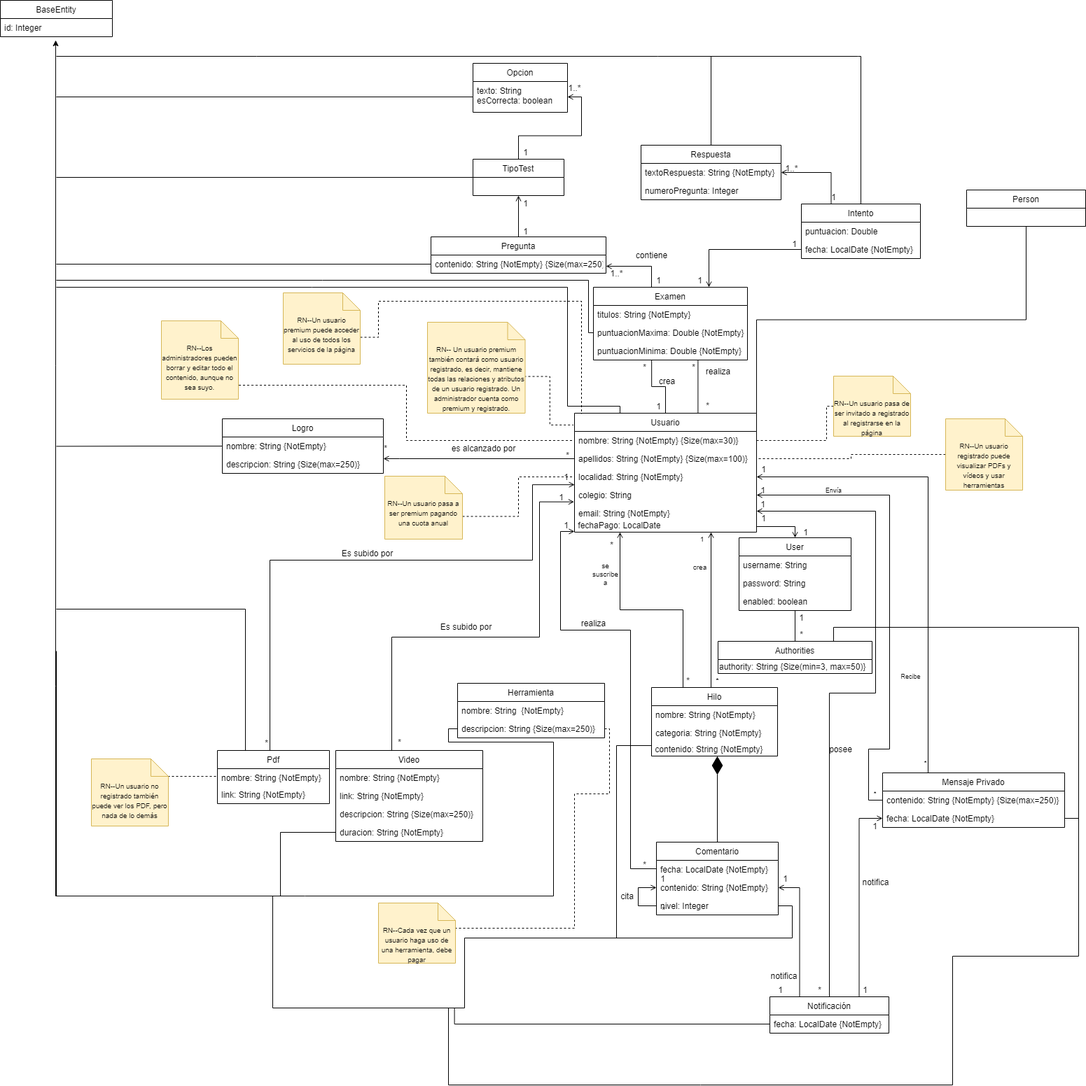
The draw.io diagram Diagrama de dominio.png in gii-is-DP1/dp1-2020-g2-13, before a commit. Source tidied: cells renumbered, new cells last; positions are measured from the earlier drawing's top-left corner, leaving out a move shared by most shapes.
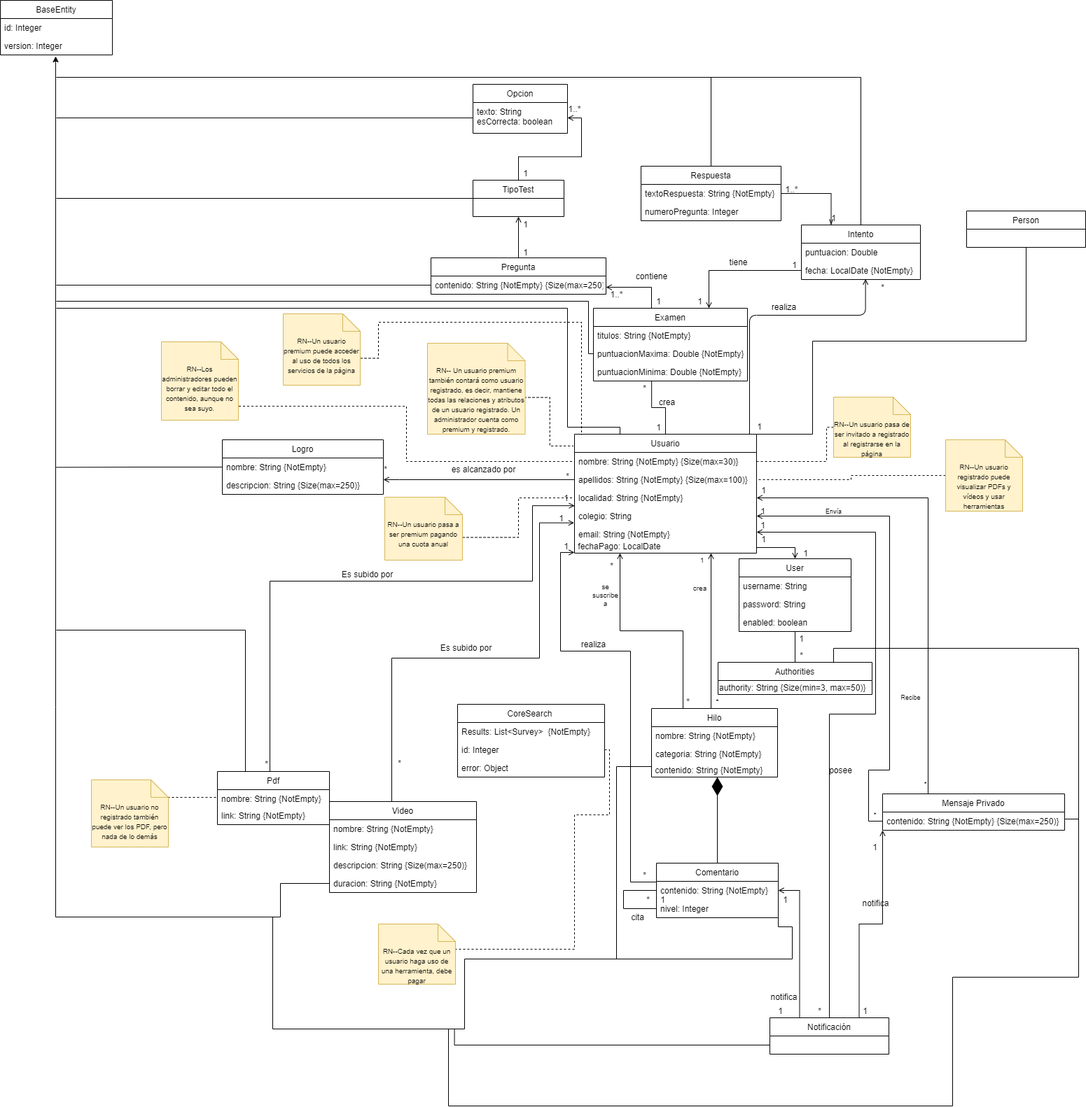
The same file after the commit.

Commit message:
Diagrama dominio actualizado

What changed in the source:
```diff
@@ -2,14 +2,6 @@
   <root>
     <mxCell id="0" />
     <mxCell id="1" parent="0" />
-    <mxCell id="2" style="edgeStyle=orthogonalEdgeStyle;rounded=0;jettySize=auto;html=1;entryX=0.679;entryY=1.011;entryDx=0;entryDy=0;entryPerimeter=0;endArrow=none;endFill=0;" parent="1" edge="1" source="6" target="40">
-      <mxGeometry relative="1" as="geometry">
-        <Array as="points">
-          <mxPoint x="942" y="590" />
-          <mxPoint x="942" y="590" />
-        </Array>
-      </mxGeometry>
-    </mxCell>
     <mxCell id="3" style="edgeStyle=orthogonalEdgeStyle;rounded=0;jettySize=auto;html=1;entryX=0.378;entryY=0.995;entryDx=0;entryDy=0;entryPerimeter=0;endArrow=none;endFill=0;" parent="1" edge="1" source="6" target="40">
       <mxGeometry relative="1" as="geometry" />
     </mxCell>
@@ -25,7 +17,13 @@
       </mxGeometry>
     </mxCell>
     <mxCell id="5" style="edgeStyle=orthogonalEdgeStyle;rounded=0;jettySize=auto;html=1;exitX=1;exitY=0;exitDx=0;exitDy=0;entryX=0.5;entryY=1;entryDx=0;entryDy=0;startArrow=none;startFill=0;endArrow=none;endFill=0;strokeColor=#000000;" parent="1" edge="1" source="6" target="171">
-      <mxGeometry relative="1" as="geometry" />
+      <mxGeometry relative="1" as="geometry">
+        <Array as="points">
+          <mxPoint x="1160" y="590" />
+          <mxPoint x="1160" y="457" />
+          <mxPoint x="1465" y="457" />
+        </Array>
+      </mxGeometry>
     </mxCell>
     <mxCell id="6" value="Usuario" style="swimlane;fontStyle=0;horizontal=1;startSize=26;fillColor=none;" parent="1" vertex="1">
       <mxGeometry x="820" y="590" width="260" height="170" as="geometry" />
@@ -76,7 +74,7 @@
       </mxGeometry>
     </mxCell>
     <mxCell id="18" value="Video" style="swimlane;fontStyle=0;horizontal=1;startSize=26;fillColor=none;" parent="1" vertex="1">
-      <mxGeometry x="479" y="1072" width="210" height="130" as="geometry" />
+      <mxGeometry x="470" y="1115" width="210" height="130" as="geometry" />
     </mxCell>
     <mxCell id="19" value="nombre: String {NotEmpty}" style="text;strokeColor=none;fillColor=none;align=left;verticalAlign=top;spacingLeft=4;spacingRight=4;overflow=hidden;" parent="18" vertex="1">
       <mxGeometry y="26" width="210" height="26" as="geometry" />
@@ -127,24 +125,21 @@
       <mxGeometry y="78" width="180" height="20" as="geometry" />
     </mxCell>
     <mxCell id="32" value="Comentario" style="swimlane;fontStyle=0;horizontal=1;startSize=26;fillColor=none;" parent="1" vertex="1">
-      <mxGeometry x="937" y="1203" width="174" height="104" as="geometry" />
+      <mxGeometry x="937" y="1203" width="174" height="78" as="geometry" />
     </mxCell>
-    <mxCell id="33" value="fecha: LocalDate {NotEmpty}" style="text;strokeColor=none;fillColor=none;align=left;verticalAlign=top;spacingLeft=4;spacingRight=4;overflow=hidden;points=[[0,0.5],[1,0.5]];portConstraint=eastwest;" parent="32" vertex="1">
-      <mxGeometry y="26" width="174" height="26" as="geometry" />
-    </mxCell>
-    <mxCell id="34" style="edgeStyle=orthogonalEdgeStyle;rounded=0;jettySize=auto;html=1;exitX=0;exitY=0.5;exitDx=0;exitDy=0;entryX=0;entryY=0.5;entryDx=0;entryDy=0;startArrow=open;startFill=0;endArrow=none;endFill=0;" parent="32" edge="1" source="35" target="36">
+    <mxCell id="34" style="edgeStyle=orthogonalEdgeStyle;rounded=0;jettySize=auto;html=1;exitX=0;exitY=0.5;exitDx=0;exitDy=0;entryX=0;entryY=0.5;entryDx=0;entryDy=0;startArrow=none;startFill=0;endArrow=none;endFill=0;" parent="32" edge="1" source="35" target="36">
       <mxGeometry relative="1" as="geometry">
         <Array as="points">
-          <mxPoint x="-26" y="65" />
-          <mxPoint x="-26" y="91" />
+          <mxPoint x="-47" y="39" />
+          <mxPoint x="-47" y="65" />
         </Array>
       </mxGeometry>
     </mxCell>
     <mxCell id="35" value="contenido: String {NotEmpty}" style="text;strokeColor=none;fillColor=none;align=left;verticalAlign=top;spacingLeft=4;spacingRight=4;overflow=hidden;points=[[0,0.5],[1,0.5]];portConstraint=eastwest;" parent="32" vertex="1">
-      <mxGeometry y="52" width="174" height="26" as="geometry" />
+      <mxGeometry y="26" width="174" height="26" as="geometry" />
     </mxCell>
     <mxCell id="36" value="nivel: Integer" style="text;strokeColor=none;fillColor=none;align=left;verticalAlign=top;spacingLeft=4;spacingRight=4;overflow=hidden;points=[[0,0.5],[1,0.5]];portConstraint=eastwest;" parent="32" vertex="1">
-      <mxGeometry y="78" width="174" height="26" as="geometry" />
+      <mxGeometry y="52" width="174" height="26" as="geometry" />
     </mxCell>
     <mxCell id="37" value="Examen" style="swimlane;fontStyle=0;horizontal=1;startSize=26;fillColor=none;" parent="1" vertex="1">
       <mxGeometry x="847" y="410" width="220" height="104" as="geometry" />
@@ -158,21 +153,12 @@
     <mxCell id="40" value="puntuacionMinima: Double {NotEmpty}" style="text;strokeColor=none;fillColor=none;align=left;verticalAlign=top;spacingLeft=4;spacingRight=4;overflow=hidden;points=[[0,0.5],[1,0.5]];portConstraint=eastwest;" parent="37" vertex="1">
       <mxGeometry y="78" width="220" height="26" as="geometry" />
     </mxCell>
-    <mxCell id="41" value="realiza" style="text;html=1;align=center;verticalAlign=middle;" parent="1" vertex="1">
-      <mxGeometry x="1000" y="520" width="50" height="20" as="geometry" />
-    </mxCell>
     <mxCell id="42" value="crea" style="text;html=1;align=center;verticalAlign=middle;" parent="1" vertex="1">
       <mxGeometry x="932" y="534" width="40" height="20" as="geometry" />
     </mxCell>
     <mxCell id="43" value="*" style="text;html=1;align=center;verticalAlign=middle;" parent="1" vertex="1">
       <mxGeometry x="910" y="514" width="20" height="20" as="geometry" />
     </mxCell>
-    <mxCell id="44" value="*" style="text;html=1;align=center;verticalAlign=middle;" parent="1" vertex="1">
-      <mxGeometry x="980" y="514" width="20" height="20" as="geometry" />
-    </mxCell>
-    <mxCell id="45" value="*" style="text;html=1;align=center;verticalAlign=middle;" parent="1" vertex="1">
-      <mxGeometry x="1000" y="569" width="20" height="20" as="geometry" />
-    </mxCell>
     <mxCell id="46" style="edgeStyle=orthogonalEdgeStyle;rounded=0;jettySize=auto;html=1;exitX=0.5;exitY=0;exitDx=0;exitDy=0;startArrow=none;startFill=0;endArrow=none;endFill=0;strokeColor=#000000;" parent="1" edge="1" source="48">
       <mxGeometry relative="1" as="geometry">
         <mxPoint x="80" y="80" as="targetPoint" />
@@ -182,7 +168,7 @@
         </Array>
       </mxGeometry>
     </mxCell>
-    <mxCell id="47" style="edgeStyle=orthogonalEdgeStyle;rounded=0;jettySize=auto;html=1;exitX=0.25;exitY=0;exitDx=0;exitDy=0;entryX=1;entryY=0.5;entryDx=0;entryDy=0;startArrow=none;startFill=0;endArrow=open;endFill=0;strokeColor=#000000;" parent="1" edge="1" source="48" target="164">
+    <mxCell id="47" style="edgeStyle=orthogonalEdgeStyle;rounded=0;jettySize=auto;html=1;exitX=0.25;exitY=0;exitDx=0;exitDy=0;entryX=1;entryY=0.5;entryDx=0;entryDy=0;startArrow=openThin;startFill=0;endArrow=none;endFill=0;strokeColor=#000000;" parent="1" edge="1" source="48" target="164">
       <mxGeometry relative="1" as="geometry" />
     </mxCell>
     <mxCell id="48" value="Intento" style="swimlane;fontStyle=0;horizontal=1;startSize=26;fillColor=none;" parent="1" vertex="1">
@@ -232,27 +218,18 @@
     <mxCell id="58" value="authority: String {Size(min=3, max=50)}" style="text;html=1;strokeColor=none;fillColor=none;align=left;verticalAlign=middle;whiteSpace=wrap;rounded=0;" parent="57" vertex="1">
       <mxGeometry y="26" width="220" height="20" as="geometry" />
     </mxCell>
-    <mxCell id="59" style="edgeStyle=orthogonalEdgeStyle;rounded=0;jettySize=auto;html=1;exitX=0;exitY=0.5;exitDx=0;exitDy=0;startArrow=none;startFill=0;endArrow=none;endFill=0;strokeColor=#000000;" parent="1" edge="1" source="62">
-      <mxGeometry relative="1" as="geometry">
-        <mxPoint x="80" y="930" as="targetPoint" />
-        <Array as="points">
-          <mxPoint x="640" y="1041" />
-          <mxPoint x="640" y="1060" />
-          <mxPoint x="790" y="1060" />
-          <mxPoint x="790" y="1280" />
-          <mxPoint x="80" y="1280" />
-        </Array>
-      </mxGeometry>
-    </mxCell>
-    <mxCell id="60" value="Herramienta" style="swimlane;fontStyle=0;horizontal=1;startSize=26;fillColor=none;" parent="1" vertex="1">
-      <mxGeometry x="653" y="976" width="210" height="78" as="geometry" />
+    <mxCell id="60" value="CoreSearch " style="swimlane;fontStyle=0;horizontal=1;startSize=26;fillColor=none;" parent="1" vertex="1">
+      <mxGeometry x="653" y="976" width="210" height="104" as="geometry" />
     </mxCell>
-    <mxCell id="61" value="nombre: String  {NotEmpty}" style="text;strokeColor=none;fillColor=none;align=left;verticalAlign=top;spacingLeft=4;spacingRight=4;overflow=hidden;" parent="60" vertex="1">
+    <mxCell id="61" value="Results: List&lt;Survey&gt;  {NotEmpty}" style="text;strokeColor=none;fillColor=none;align=left;verticalAlign=top;spacingLeft=4;spacingRight=4;overflow=hidden;" parent="60" vertex="1">
       <mxGeometry y="26" width="210" height="26" as="geometry" />
     </mxCell>
-    <mxCell id="62" value="descripcion: String {Size(max=250)}" style="text;strokeColor=none;fillColor=none;align=left;verticalAlign=top;spacingLeft=4;spacingRight=4;overflow=hidden;points=[[0,0.5],[1,0.5]];portConstraint=eastwest;" parent="60" vertex="1">
+    <mxCell id="62" value="id: Integer" style="text;strokeColor=none;fillColor=none;align=left;verticalAlign=top;spacingLeft=4;spacingRight=4;overflow=hidden;points=[[0,0.5],[1,0.5]];portConstraint=eastwest;" parent="60" vertex="1">
       <mxGeometry y="52" width="210" height="26" as="geometry" />
     </mxCell>
+    <mxCell id="172" value="error: Object" style="text;strokeColor=none;fillColor=none;align=left;verticalAlign=top;spacingLeft=4;spacingRight=4;overflow=hidden;" parent="60" vertex="1">
+      <mxGeometry y="78" width="210" height="26" as="geometry" />
+    </mxCell>
     <mxCell id="63" value="*" style="text;html=1;align=center;verticalAlign=middle;" parent="1" vertex="1">
       <mxGeometry x="863" y="768" width="20" height="20" as="geometry" />
     </mxCell>
@@ -284,14 +261,11 @@
       <mxGeometry x="930" y="570" width="20" height="20" as="geometry" />
     </mxCell>
     <mxCell id="73" value="Mensaje Privado" style="swimlane;fontStyle=0;horizontal=1;startSize=26;fillColor=none;" parent="1" vertex="1">
-      <mxGeometry x="1260" y="1104" width="260" height="78" as="geometry" />
+      <mxGeometry x="1260" y="1104" width="260" height="52" as="geometry" />
     </mxCell>
     <mxCell id="74" value="contenido: String {NotEmpty} {Size(max=250)}" style="text;strokeColor=none;fillColor=none;align=left;verticalAlign=top;spacingLeft=4;spacingRight=4;overflow=hidden;points=[[0,0.5],[1,0.5]];portConstraint=eastwest;" parent="73" vertex="1">
       <mxGeometry y="26" width="260" height="26" as="geometry" />
     </mxCell>
-    <mxCell id="75" value="fecha: LocalDate {NotEmpty}" style="text;strokeColor=none;fillColor=none;align=left;verticalAlign=top;spacingLeft=4;spacingRight=4;overflow=hidden;points=[[0,0.5],[1,0.5]];portConstraint=eastwest;" parent="73" vertex="1">
-      <mxGeometry y="52" width="260" height="26" as="geometry" />
-    </mxCell>
     <mxCell id="76" value="Envía" style="text;html=1;align=center;verticalAlign=middle;fontSize=9;" parent="1" vertex="1">
       <mxGeometry x="1170" y="690" width="40" height="20" as="geometry" />
     </mxCell>
@@ -327,10 +301,10 @@
       <mxGeometry x="936" y="1245" width="20" height="20" as="geometry" />
     </mxCell>
     <mxCell id="85" value="*" style="text;html=1;align=center;verticalAlign=middle;" parent="1" vertex="1">
-      <mxGeometry x="937" y="1290" width="20" height="20" as="geometry" />
+      <mxGeometry x="915" y="1245" width="20" height="20" as="geometry" />
     </mxCell>
     <mxCell id="86" value="cita" style="text;html=1;align=center;verticalAlign=middle;" parent="1" vertex="1">
-      <mxGeometry x="880" y="1270" width="30" height="20" as="geometry" />
+      <mxGeometry x="895" y="1270" width="30" height="20" as="geometry" />
     </mxCell>
     <mxCell id="87" style="edgeStyle=orthogonalEdgeStyle;rounded=0;jettySize=auto;html=1;exitX=0;exitY=0.5;exitDx=0;exitDy=0;startArrow=none;startFill=0;endArrow=none;endFill=0;" parent="1" edge="1" source="89">
       <mxGeometry relative="1" as="geometry">
@@ -392,13 +366,10 @@
     <mxCell id="101" value="Notificación" style="swimlane;fontStyle=0;horizontal=1;startSize=26;fillColor=none;" parent="1" vertex="1">
       <mxGeometry x="1099" y="1424" width="170" height="52" as="geometry" />
     </mxCell>
-    <mxCell id="102" value="fecha: LocalDate {NotEmpty}" style="text;strokeColor=none;fillColor=none;align=left;verticalAlign=top;spacingLeft=4;spacingRight=4;overflow=hidden;points=[[0,0.5],[1,0.5]];portConstraint=eastwest;" parent="101" vertex="1">
-      <mxGeometry y="26" width="170" height="26" as="geometry" />
-    </mxCell>
     <mxCell id="103" style="edgeStyle=orthogonalEdgeStyle;rounded=0;jettySize=auto;html=1;exitX=1;exitY=0.5;exitDx=0;exitDy=0;entryX=0.25;entryY=0;entryDx=0;entryDy=0;endArrow=none;endFill=0;startArrow=open;startFill=0;" parent="1" edge="1" source="35" target="101">
       <mxGeometry relative="1" as="geometry" />
     </mxCell>
-    <mxCell id="104" style="edgeStyle=orthogonalEdgeStyle;rounded=0;jettySize=auto;html=1;exitX=0;exitY=0.5;exitDx=0;exitDy=0;entryX=0.75;entryY=0;entryDx=0;entryDy=0;endArrow=none;endFill=0;startArrow=open;startFill=0;" parent="1" edge="1" source="75" target="101">
+    <mxCell id="104" style="edgeStyle=orthogonalEdgeStyle;rounded=0;jettySize=auto;html=1;exitX=0;exitY=1;exitDx=0;exitDy=0;entryX=0.75;entryY=0;entryDx=0;entryDy=0;endArrow=none;endFill=0;startArrow=open;startFill=0;" parent="1" edge="1" source="73" target="101">
       <mxGeometry relative="1" as="geometry" />
     </mxCell>
     <mxCell id="105" value="1" style="text;html=1;align=center;verticalAlign=middle;" parent="1" vertex="1">
@@ -429,7 +400,7 @@
       <mxGeometry x="1175" y="1060" width="50" height="20" as="geometry" />
     </mxCell>
     <mxCell id="114" value="*" style="text;html=1;align=center;verticalAlign=middle;" parent="1" vertex="1">
-      <mxGeometry x="910" y="1225" width="20" height="20" as="geometry" />
+      <mxGeometry x="910" y="1210" width="20" height="20" as="geometry" />
     </mxCell>
     <mxCell id="115" value="1" style="text;html=1;align=center;verticalAlign=middle;" parent="1" vertex="1">
       <mxGeometry x="798" y="740" width="20" height="20" as="geometry" />
@@ -474,12 +445,13 @@
     <mxCell id="124" value="1" style="text;html=1;align=center;verticalAlign=middle;" parent="1" vertex="1">
       <mxGeometry x="1079" y="690" width="20" height="20" as="geometry" />
     </mxCell>
-    <mxCell id="125" style="edgeStyle=orthogonalEdgeStyle;rounded=0;jettySize=auto;html=1;exitX=0;exitY=0.5;exitDx=0;exitDy=0;entryX=0;entryY=0.5;entryDx=0;entryDy=0;startArrow=none;startFill=0;endArrow=open;endFill=0;" parent="1" edge="1" source="33">
+    <mxCell id="125" style="edgeStyle=orthogonalEdgeStyle;rounded=0;orthogonalLoop=1;jettySize=auto;html=1;exitX=0;exitY=0.5;exitDx=0;exitDy=0;entryX=0;entryY=0.5;entryDx=0;entryDy=0;startArrow=none;startFill=0;endArrow=open;endFill=0;" parent="1" edge="1">
       <mxGeometry relative="1" as="geometry">
+        <mxPoint x="937" y="1242" as="sourcePoint" />
         <mxPoint x="820" y="759" as="targetPoint" />
         <Array as="points">
-          <mxPoint x="937" y="1241" />
-          <mxPoint x="900" y="1241" />
+          <mxPoint x="937" y="1230" />
+          <mxPoint x="900" y="1230" />
           <mxPoint x="900" y="900" />
           <mxPoint x="800" y="900" />
           <mxPoint x="800" y="759" />
@@ -566,15 +538,19 @@
       <mxGeometry x="1134" y="896" width="20" height="20" as="geometry" />
     </mxCell>
     <mxCell id="146" value="BaseEntity" style="swimlane;fontStyle=0;horizontal=1;startSize=26;fillColor=none;" parent="1" vertex="1">
-      <mxGeometry width="160" height="52" as="geometry" />
+      <mxGeometry y="-30" width="160" height="78" as="geometry" />
     </mxCell>
     <mxCell id="147" value="id: Integer" style="text;strokeColor=none;fillColor=none;align=left;verticalAlign=top;spacingLeft=4;spacingRight=4;overflow=hidden;points=[[0,0.5],[1,0.5]];portConstraint=eastwest;" parent="146" vertex="1">
       <mxGeometry y="26" width="160" height="26" as="geometry" />
     </mxCell>
+    <mxCell id="173" value="version: Integer" style="text;strokeColor=none;fillColor=none;align=left;verticalAlign=top;spacingLeft=4;spacingRight=4;overflow=hidden;" parent="146" vertex="1">
+      <mxGeometry y="52" width="160" height="26" as="geometry" />
+    </mxCell>
-    <mxCell id="148" style="endArrow=classic;html=1;entryX=0.494;entryY=1.192;entryDx=0;entryDy=0;entryPerimeter=0;rounded=0;exitX=0;exitY=0.5;exitDx=0;exitDy=0;" parent="1" edge="1" source="22" target="147">
+    <mxCell id="148" style="endArrow=classic;html=1;rounded=0;exitX=0;exitY=0.5;exitDx=0;exitDy=0;" parent="1" edge="1" source="22">
       <mxGeometry relative="1" as="geometry">
+        <mxPoint x="79" y="50" as="targetPoint" />
         <Array as="points">
-          <mxPoint x="400" y="1189" />
+          <mxPoint x="400" y="1232" />
           <mxPoint x="400" y="1280" />
           <mxPoint x="79" y="1280" />
           <mxPoint x="79" y="980" />
@@ -632,16 +608,19 @@
         </Array>
       </mxGeometry>
     </mxCell>
-    <mxCell id="159" style="edgeStyle=orthogonalEdgeStyle;rounded=0;jettySize=auto;html=1;exitX=0;exitY=0.5;exitDx=0;exitDy=0;startArrow=none;startFill=0;endArrow=none;endFill=0;strokeColor=#000000;" parent="1" edge="1" source="102">
+    <mxCell id="159" style="edgeStyle=orthogonalEdgeStyle;rounded=0;orthogonalLoop=1;jettySize=auto;html=1;exitX=0;exitY=0.5;exitDx=0;exitDy=0;startArrow=none;startFill=0;endArrow=none;endFill=0;strokeColor=#000000;" parent="1" edge="1">
       <mxGeometry relative="1" as="geometry">
+        <mxPoint x="1099" y="1463" as="sourcePoint" />
         <mxPoint x="648.6" y="1440" as="targetPoint" />
       </mxGeometry>
     </mxCell>
-    <mxCell id="160" style="edgeStyle=orthogonalEdgeStyle;rounded=0;jettySize=auto;html=1;exitX=1;exitY=0.5;exitDx=0;exitDy=0;startArrow=none;startFill=0;endArrow=none;endFill=0;strokeColor=#000000;" parent="1" edge="1" source="75">
+    <mxCell id="160" style="edgeStyle=orthogonalEdgeStyle;rounded=0;orthogonalLoop=1;jettySize=auto;html=1;startArrow=none;startFill=0;endArrow=none;endFill=0;strokeColor=#000000;" parent="1" edge="1">
       <mxGeometry relative="1" as="geometry">
+        <mxPoint x="1520" y="1140" as="sourcePoint" />
         <mxPoint x="650" y="1440" as="targetPoint" />
         <Array as="points">
-          <mxPoint x="1540" y="1169" />
+          <mxPoint x="1520" y="1140" />
+          <mxPoint x="1540" y="1140" />
           <mxPoint x="1540" y="1366" />
           <mxPoint x="1360" y="1366" />
           <mxPoint x="1360" y="1550" />
@@ -687,5 +666,25 @@
     <mxCell id="171" value="Person" style="swimlane;fontStyle=0;horizontal=1;startSize=26;fillColor=none;" parent="1" vertex="1">
       <mxGeometry x="1380" y="271" width="170" height="52" as="geometry" />
     </mxCell>
+    <mxCell id="174" style="endArrow=open;html=1;entryX=0.539;entryY=0.972;entryDx=0;entryDy=0;entryPerimeter=0;edgeStyle=orthogonalEdgeStyle;startArrow=none;startFill=0;endFill=0;" parent="1" edge="1" source="6" target="50">
+      <mxGeometry relative="1" as="geometry">
+        <Array as="points">
+          <mxPoint x="1070" y="420" />
+          <mxPoint x="1236" y="420" />
+        </Array>
+      </mxGeometry>
+    </mxCell>
+    <mxCell id="175" value="*" style="text;html=1;align=center;verticalAlign=middle;" parent="1" vertex="1">
+      <mxGeometry x="1250" y="370" width="20" height="20" as="geometry" />
+    </mxCell>
+    <mxCell id="176" value="1" style="text;html=1;align=center;verticalAlign=middle;" parent="1" vertex="1">
+      <mxGeometry x="1074" y="569" width="20" height="20" as="geometry" />
+    </mxCell>
+    <mxCell id="177" value="tiene" style="text;html=1;align=center;verticalAlign=middle;" parent="1" vertex="1">
+      <mxGeometry x="1034" y="334" width="40" height="20" as="geometry" />
+    </mxCell>
+    <mxCell id="41" value="realiza" style="text;html=1;align=center;verticalAlign=middle;" parent="1" vertex="1">
+      <mxGeometry x="1094" y="398" width="50" height="20" as="geometry" />
+    </mxCell>
   </root>
 </mxGraphModel>
```
